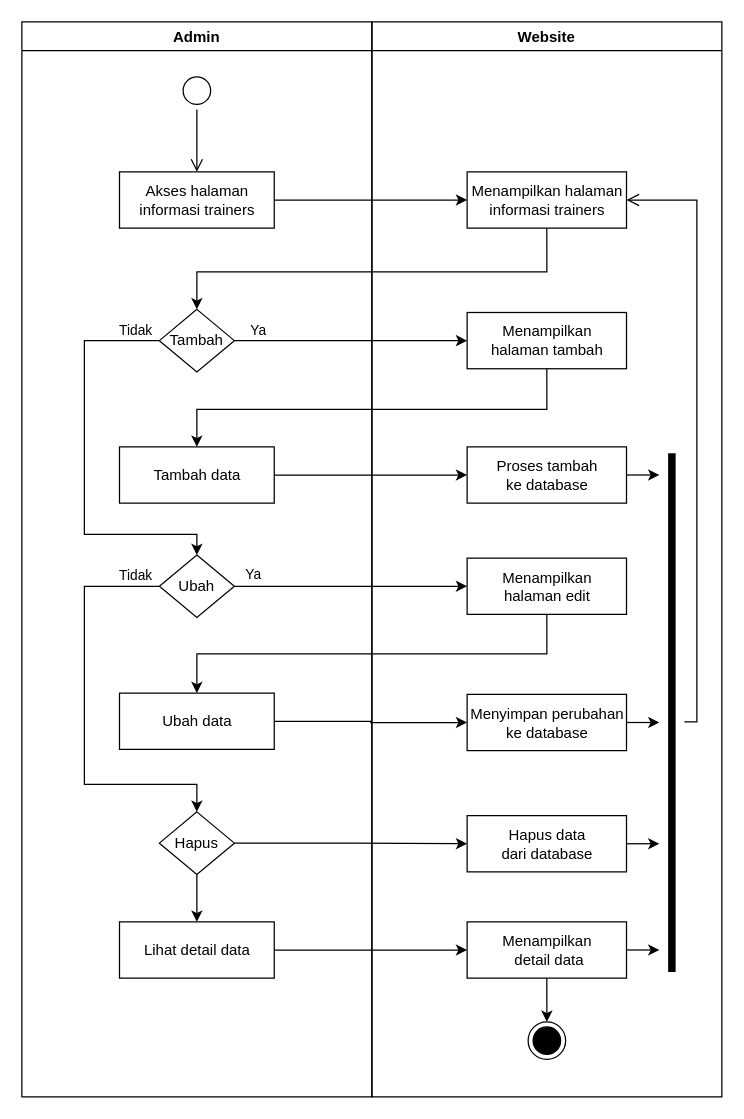
Before: Dokumen TA/Diagram/activity_diagram/admin/admin manajemen trainer.drawio in secondline16/ptsuryasafetynusantara, a draw.io diagram. Source tidied: cells renumbered, new cells numbered last; positions are measured from the earlier drawing's top-left corner, leaving out a move shared by most shapes. Both pictures are drawn from the tidied source at 125%, with x=0, y=0 at pixel (21, 21).
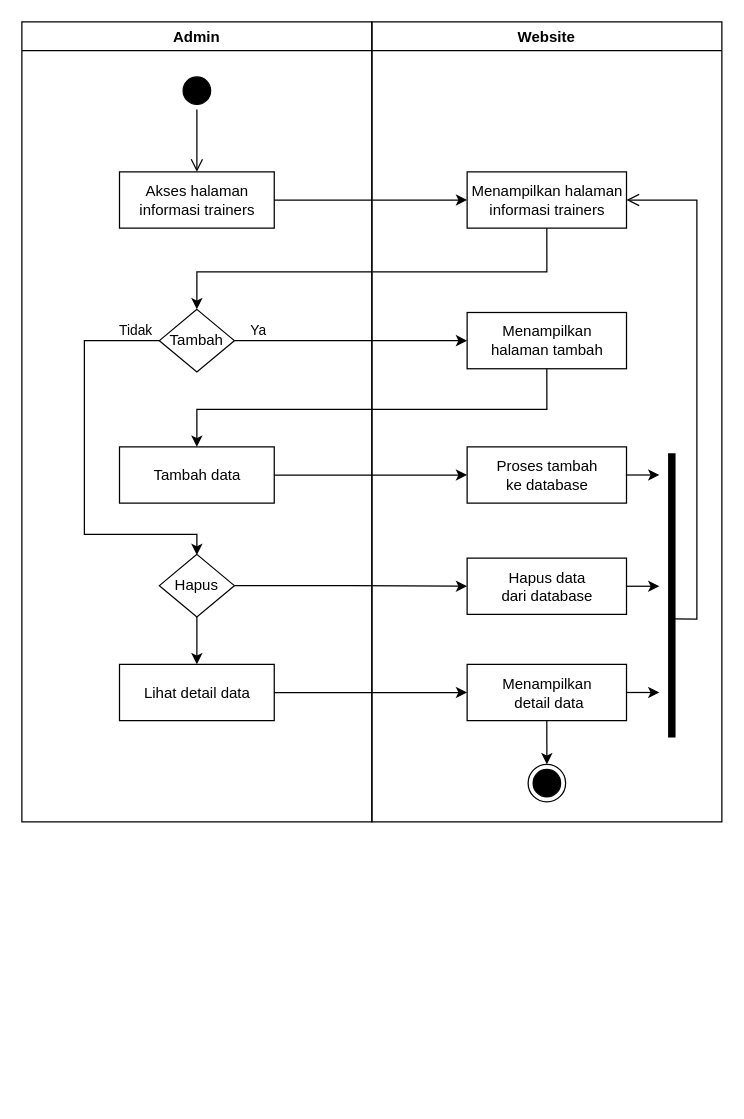
The same page after the edit.

The change refers to these unchanged cells:
```xml
<mxCell id="3" value="Menampilkan halaman&lt;br&gt;informasi trainers" style="html=1;strokeColor=#000000;fillColor=default;" parent="2" vertex="1">
  <mxGeometry x="76.2" y="120" width="127.5" height="45" as="geometry" />
</mxCell>
<mxCell id="19" value="Tambah" style="rhombus;whiteSpace=wrap;html=1;" parent="14" vertex="1">
  <mxGeometry x="110" y="230" width="60" height="50" as="geometry" />
</mxCell>
```

What changed in the source:
```diff
@@
     <mxCell id="2" value="Website" style="swimlane;fillColor=none;" parent="1" vertex="1">
-      <mxGeometry x="280" width="280" height="860" as="geometry" />
+      <mxGeometry x="280" width="280" height="640" as="geometry" />
     </mxCell>
@@
     <mxCell id="4" style="ellipse;html=1;shape=endState;fillColor=#000000;strokeColor=#000000;" parent="2" vertex="1">
-      <mxGeometry x="125" y="800" width="30" height="30" as="geometry" />
+      <mxGeometry x="125" y="594" width="30" height="30" as="geometry" />
     </mxCell>
@@
-    <mxCell id="7" value="Menampilkan &lt;br&gt;halaman edit" style="html=1;strokeColor=#000000;fillColor=default;" parent="2" vertex="1">
-      <mxGeometry x="76.2" y="429" width="127.5" height="45" as="geometry" />
-    </mxCell>
-    <mxCell id="8" value="Menyimpan perubahan&lt;br&gt;ke database" style="html=1;strokeColor=#000000;fillColor=default;" parent="2" vertex="1">
-      <mxGeometry x="76.2" y="538" width="127.5" height="45" as="geometry" />
-    </mxCell>
     <mxCell id="9" value="Hapus data&lt;br&gt;dari database" style="html=1;strokeColor=#000000;fillColor=default;" parent="2" vertex="1">
-      <mxGeometry x="76.2" y="635" width="127.5" height="45" as="geometry" />
+      <mxGeometry x="76.2" y="429" width="127.5" height="45" as="geometry" />
     </mxCell>
@@
     <mxCell id="11" value="Menampilkan &lt;br&gt;&amp;nbsp;detail data" style="html=1;strokeColor=#000000;fillColor=default;" parent="2" vertex="1">
-      <mxGeometry x="76.2" y="720" width="127.5" height="45" as="geometry" />
+      <mxGeometry x="76.2" y="514" width="127.5" height="45" as="geometry" />
     </mxCell>
     <mxCell id="12" style="shape=line;html=1;strokeWidth=6;strokeColor=#000000;rotation=-90;" parent="2" vertex="1">
-      <mxGeometry x="32.5" y="547.5" width="415" height="10" as="geometry" />
+      <mxGeometry x="126.2" y="453.8" width="227.5" height="10" as="geometry" />
     </mxCell>
-    <mxCell id="13" style="edgeStyle=orthogonalEdgeStyle;html=1;verticalAlign=bottom;endArrow=open;endSize=8;strokeColor=#000000;rounded=0;entryX=1;entryY=0.5;entryDx=0;entryDy=0;" parent="2" edge="1" target="3">
+    <mxCell id="13" style="edgeStyle=orthogonalEdgeStyle;html=1;verticalAlign=bottom;endArrow=open;endSize=8;strokeColor=#000000;rounded=0;entryX=1;entryY=0.5;entryDx=0;entryDy=0;exitX=0.417;exitY=0.623;exitDx=0;exitDy=0;exitPerimeter=0;" parent="2" edge="1" source="12" target="3">
       <mxGeometry relative="1" as="geometry">
-        <mxPoint x="250" y="560" as="sourcePoint" />
         <Array as="points">
-          <mxPoint x="260" y="560" />
+          <mxPoint x="260" y="478" />
           <mxPoint x="260" y="143" />
         </Array>
       </mxGeometry>
     </mxCell>
     <mxCell id="14" value="Admin" style="swimlane;fillColor=none;" parent="1" vertex="1">
-      <mxGeometry width="280" height="860" as="geometry" />
+      <mxGeometry width="280" height="640" as="geometry" />
     </mxCell>
-    <mxCell id="15" style="ellipse;html=1;shape=startState;fillColor=default;strokeColor=#000000;" parent="14" vertex="1">
+    <mxCell id="15" style="ellipse;html=1;shape=startState;fillColor=#000000;strokeColor=#000000;" parent="14" vertex="1">
       <mxGeometry x="125" y="40" width="30" height="30" as="geometry" />
     </mxCell>
@@
-    <mxCell id="18" style="edgeStyle=orthogonalEdgeStyle;rounded=0;jettySize=auto;html=1;exitX=0;exitY=0.5;exitDx=0;exitDy=0;entryX=0.5;entryY=0;entryDx=0;entryDy=0;" parent="14" edge="1" source="19" target="23">
+    <mxCell id="18" style="edgeStyle=orthogonalEdgeStyle;rounded=0;jettySize=auto;html=1;exitX=0;exitY=0.5;exitDx=0;exitDy=0;entryX=0.5;entryY=0;entryDx=0;entryDy=0;" parent="14" edge="1" source="19">
       <mxGeometry relative="1" as="geometry">
+        <mxPoint x="140" y="426.5" as="targetPoint" />
         <Array as="points">
           <mxPoint x="50" y="255" />
           <mxPoint x="50" y="410" />
           <mxPoint x="140" y="410" />
         </Array>
       </mxGeometry>
     </mxCell>
@@
-    <mxCell id="21" style="edgeStyle=orthogonalEdgeStyle;rounded=0;jettySize=auto;html=1;exitX=0;exitY=0.5;exitDx=0;exitDy=0;entryX=0.5;entryY=0;entryDx=0;entryDy=0;" parent="14" edge="1" source="23" target="27">
-      <mxGeometry relative="1" as="geometry">
-        <Array as="points">
-          <mxPoint x="50" y="451" />
-          <mxPoint x="50" y="610" />
-          <mxPoint x="140" y="610" />
-        </Array>
-      </mxGeometry>
-    </mxCell>
-    <mxCell id="22" value="Tidak" style="edgeLabel;html=1;align=center;verticalAlign=middle;" parent="21" vertex="1">
-      <mxGeometry x="-0.88" y="-1" relative="1" as="geometry">
-        <mxPoint y="-8" as="offset" />
-      </mxGeometry>
-    </mxCell>
-    <mxCell id="23" value="Ubah" style="rhombus;whiteSpace=wrap;html=1;" parent="14" vertex="1">
-      <mxGeometry x="110" y="426.5" width="60" height="50" as="geometry" />
-    </mxCell>
@@
-    <mxCell id="25" value="Ubah data" style="html=1;strokeColor=#000000;fillColor=default;" parent="14" vertex="1">
-      <mxGeometry x="78.1" y="537" width="123.8" height="45" as="geometry" />
-    </mxCell>
@@
     <mxCell id="27" value="Hapus" style="rhombus;whiteSpace=wrap;html=1;" parent="14" vertex="1">
-      <mxGeometry x="110" y="632" width="60" height="50" as="geometry" />
+      <mxGeometry x="110" y="426" width="60" height="50" as="geometry" />
     </mxCell>
     <mxCell id="28" value="Lihat detail data" style="html=1;strokeColor=#000000;fillColor=default;" parent="14" vertex="1">
-      <mxGeometry x="78.1" y="720" width="123.8" height="45" as="geometry" />
+      <mxGeometry x="78.1" y="514" width="123.8" height="45" as="geometry" />
     </mxCell>
@@
-    <mxCell id="35" style="edgeStyle=orthogonalEdgeStyle;rounded=0;jettySize=auto;html=1;exitX=1;exitY=0.5;exitDx=0;exitDy=0;entryX=0;entryY=0.5;entryDx=0;entryDy=0;" parent="1" edge="1" source="23" target="7">
-      <mxGeometry relative="1" as="geometry" />
-    </mxCell>
-    <mxCell id="36" value="Ya" style="edgeLabel;html=1;align=center;verticalAlign=middle;" parent="35" vertex="1">
-      <mxGeometry x="-0.85" y="1" relative="1" as="geometry">
-        <mxPoint y="-9" as="offset" />
-      </mxGeometry>
-    </mxCell>
-    <mxCell id="37" style="edgeStyle=orthogonalEdgeStyle;rounded=0;jettySize=auto;html=1;exitX=0.5;exitY=1;exitDx=0;exitDy=0;entryX=0.5;entryY=0;entryDx=0;entryDy=0;" parent="1" edge="1" source="7" target="25">
-      <mxGeometry relative="1" as="geometry" />
-    </mxCell>
-    <mxCell id="38" style="edgeStyle=orthogonalEdgeStyle;rounded=0;jettySize=auto;html=1;exitX=1;exitY=0.5;exitDx=0;exitDy=0;entryX=0;entryY=0.5;entryDx=0;entryDy=0;" parent="1" edge="1" source="25" target="8">
-      <mxGeometry relative="1" as="geometry" />
-    </mxCell>
@@
     <mxCell id="41" style="edgeStyle=orthogonalEdgeStyle;rounded=0;jettySize=auto;html=1;exitX=1;exitY=0.5;exitDx=0;exitDy=0;" parent="1" edge="1" source="11">
       <mxGeometry relative="1" as="geometry">
-        <mxPoint x="510" y="742.3" as="targetPoint" />
+        <mxPoint x="510" y="536.3" as="targetPoint" />
       </mxGeometry>
     </mxCell>
     <mxCell id="42" style="edgeStyle=orthogonalEdgeStyle;rounded=0;jettySize=auto;html=1;exitX=1;exitY=0.5;exitDx=0;exitDy=0;" parent="1" edge="1" source="9">
       <mxGeometry relative="1" as="geometry">
-        <mxPoint x="510" y="657.7" as="targetPoint" />
+        <mxPoint x="510" y="451.7" as="targetPoint" />
       </mxGeometry>
     </mxCell>
-    <mxCell id="43" style="edgeStyle=orthogonalEdgeStyle;rounded=0;jettySize=auto;html=1;exitX=1;exitY=0.5;exitDx=0;exitDy=0;" parent="1" edge="1" source="8">
-      <mxGeometry relative="1" as="geometry">
-        <mxPoint x="510" y="560.3" as="targetPoint" />
-      </mxGeometry>
-    </mxCell>
```
